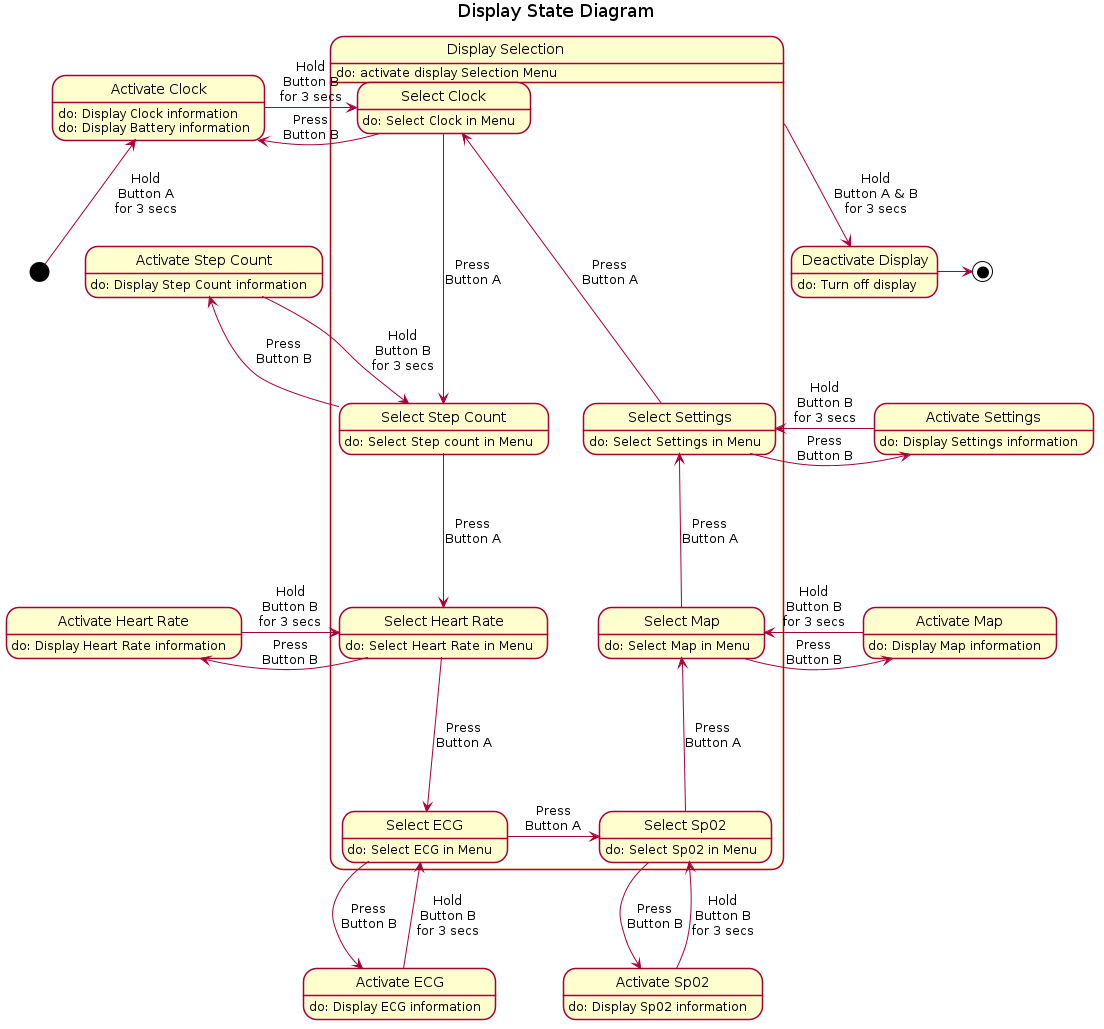
markroche92/sw-eng-smart-watch keeps this PlantUML diagram as uml/state_diagrams/display.png. Above is the earlier version.
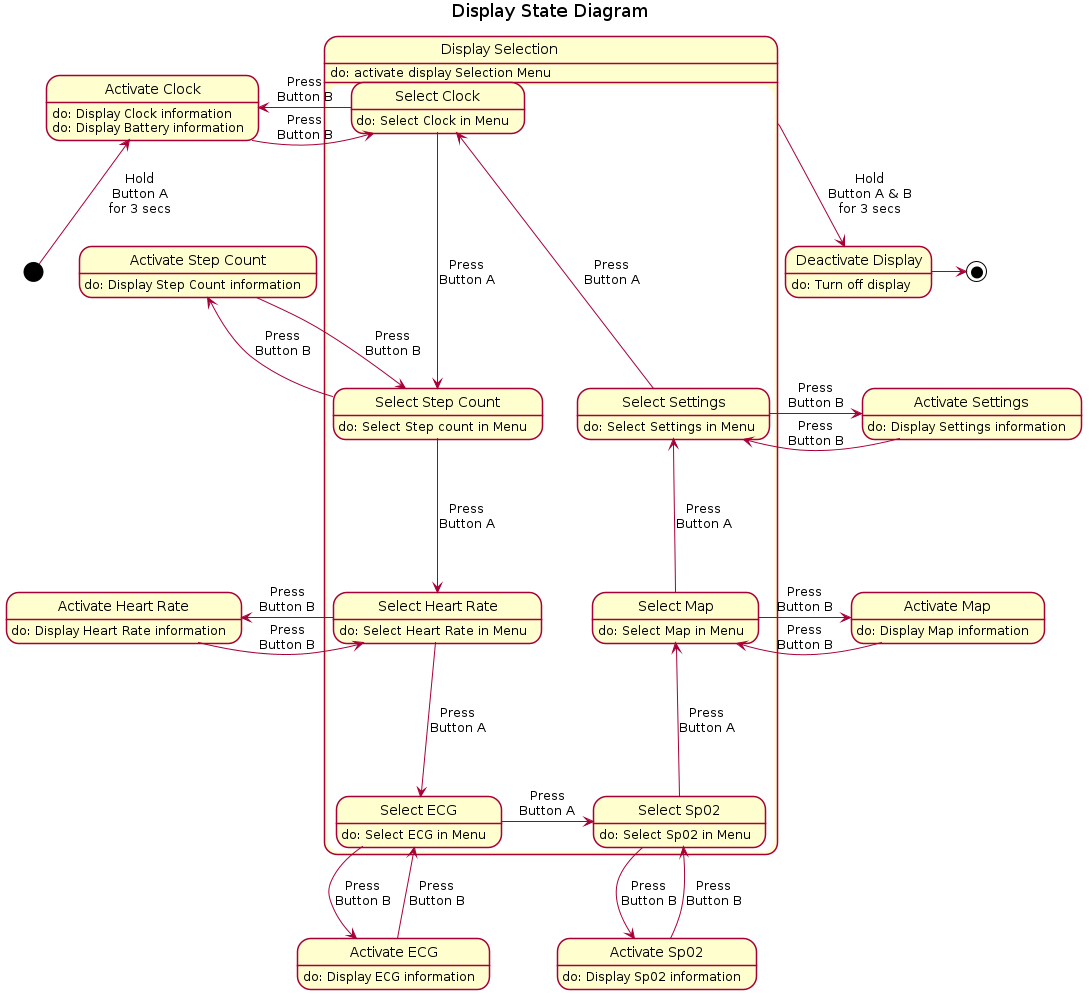
Later version of the same file.

Diff of the diagram source:
```diff
@@ -44,13 +44,13 @@
 Ss -right-> As : Press\nButton B
 
 [*] -up-> Ac : Hold\nButton A\nfor 3 secs
-Ac -left-> Sc : Hold\nButton B\nfor 3 secs
-Asc -down-> Ssc : Hold\nButton B\nfor 3 secs
-Ahr -right-> Shr : Hold\nButton B\nfor 3 secs
-Aecg -up-> Secg : Hold\nButton B\nfor 3 secs
-Asp -up-> Ssp : Hold\nButton B\nfor 3 secs
-Am -left-> Sm : Hold\nButton B\nfor 3 secs
-As -left-> Ss : Hold\nButton B\nfor 3 secs
+Ac -left-> Sc : Press\nButton B
+Asc -down-> Ssc : Press\nButton B
+Ahr -right-> Shr : Press\nButton B
+Aecg -up-> Secg : Press\nButton B
+Asp -up-> Ssp : Press\nButton B
+Am -left-> Sm : Press\nButton B
+As -left-> Ss : Press\nButton B
 
 Dms --> Dd : Hold\nButton A & B\nfor 3 secs
 Dd -> [*]
```
